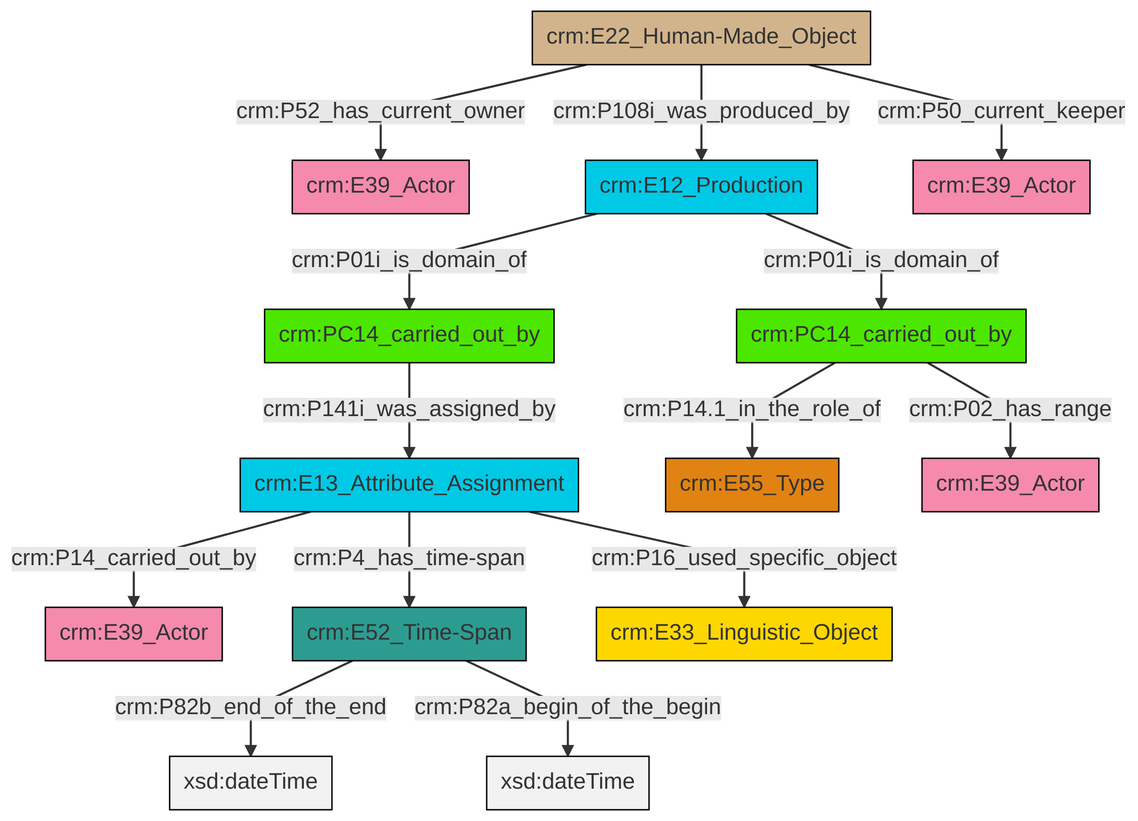
swiss-art-research-net/docs.swissartresearch keeps this Mermaid diagram as et/carrierCSV/ttl/mmd/png/carrier_relations.png. Above is the earlier version. Its source is kept beside it as et/carrierCSV/ttl/mmd/carrier_relations.ttl.mmd.
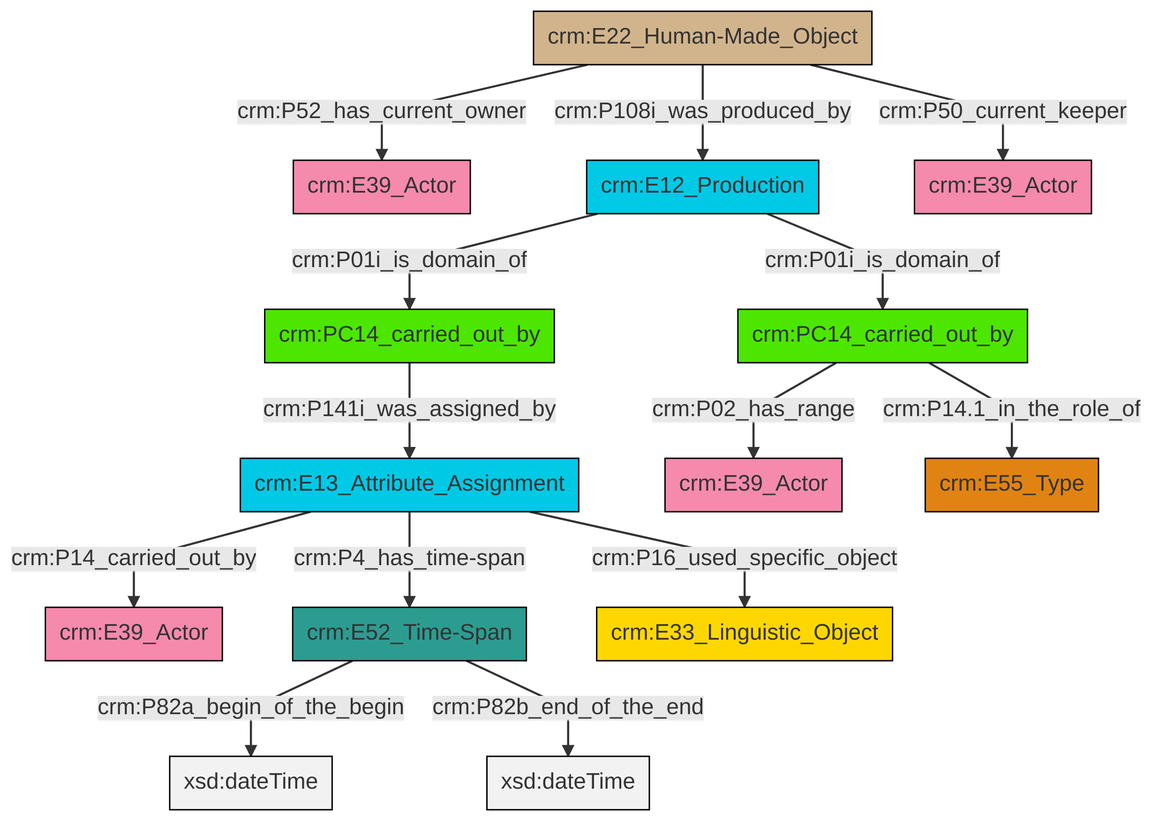
The same file after the commit.

The edit, as a diff of the source:
```diff
@@ -13,16 +13,16 @@
 classDef PC_Classes fill:#4ce600, stroke:#000000;
 classDef Multi fill:#cccccc,stroke:#000000;
 
-4["crm:PC14_carried_out_by"]:::PC_Classes -->|crm:P14.1_in_the_role_of| 8["crm:E55_Type"]:::Type
-13["crm:E13_Attribute_Assignment"]:::Temporal_Entity -->|crm:P14_carried_out_by| 2["crm:E39_Actor"]:::Actor
-6["crm:E22_Human-Made_Object"]:::Physical_Thing -->|crm:P52_has_current_owner| 14["crm:E39_Actor"]:::Actor
-16["crm:E52_Time-Span"]:::Time-Span -->|crm:P82b_end_of_the_end| 17[xsd:dateTime]:::Literal
-13["crm:E13_Attribute_Assignment"]:::Temporal_Entity -->|crm:P4_has_time-span| 16["crm:E52_Time-Span"]:::Time-Span
-13["crm:E13_Attribute_Assignment"]:::Temporal_Entity -->|crm:P16_used_specific_object| 18["crm:E33_Linguistic_Object"]:::Conceptual_Object
-11["crm:E12_Production"]:::Temporal_Entity -->|crm:P01i_is_domain_of| 9["crm:PC14_carried_out_by"]:::PC_Classes
-11["crm:E12_Production"]:::Temporal_Entity -->|crm:P01i_is_domain_of| 4["crm:PC14_carried_out_by"]:::PC_Classes
-16["crm:E52_Time-Span"]:::Time-Span -->|crm:P82a_begin_of_the_begin| 23[xsd:dateTime]:::Literal
-4["crm:PC14_carried_out_by"]:::PC_Classes -->|crm:P02_has_range| 20["crm:E39_Actor"]:::Actor
-9["crm:PC14_carried_out_by"]:::PC_Classes -->|crm:P141i_was_assigned_by| 13["crm:E13_Attribute_Assignment"]:::Temporal_Entity
-6["crm:E22_Human-Made_Object"]:::Physical_Thing -->|crm:P108i_was_produced_by| 11["crm:E12_Production"]:::Temporal_Entity
-6["crm:E22_Human-Made_Object"]:::Physical_Thing -->|crm:P50_current_keeper| 0["crm:E39_Actor"]:::Actor
+2["crm:PC14_carried_out_by"]:::PC_Classes -->|crm:P02_has_range| 3["crm:E39_Actor"]:::Actor
+0["crm:E22_Human-Made_Object"]:::Physical_Thing -->|crm:P52_has_current_owner| 4["crm:E39_Actor"]:::Actor
+5["crm:E52_Time-Span"]:::Time-Span -->|crm:P82a_begin_of_the_begin| 6[xsd:dateTime]:::Literal
+7["crm:PC14_carried_out_by"]:::PC_Classes -->|crm:P141i_was_assigned_by| 8["crm:E13_Attribute_Assignment"]:::Temporal_Entity
+5["crm:E52_Time-Span"]:::Time-Span -->|crm:P82b_end_of_the_end| 11[xsd:dateTime]:::Literal
+8["crm:E13_Attribute_Assignment"]:::Temporal_Entity -->|crm:P14_carried_out_by| 12["crm:E39_Actor"]:::Actor
+0["crm:E22_Human-Made_Object"]:::Physical_Thing -->|crm:P108i_was_produced_by| 13["crm:E12_Production"]:::Temporal_Entity
+2["crm:PC14_carried_out_by"]:::PC_Classes -->|crm:P14.1_in_the_role_of| 16["crm:E55_Type"]:::Type
+0["crm:E22_Human-Made_Object"]:::Physical_Thing -->|crm:P50_current_keeper| 18["crm:E39_Actor"]:::Actor
+13["crm:E12_Production"]:::Temporal_Entity -->|crm:P01i_is_domain_of| 7["crm:PC14_carried_out_by"]:::PC_Classes
+8["crm:E13_Attribute_Assignment"]:::Temporal_Entity -->|crm:P4_has_time-span| 5["crm:E52_Time-Span"]:::Time-Span
+13["crm:E12_Production"]:::Temporal_Entity -->|crm:P01i_is_domain_of| 2["crm:PC14_carried_out_by"]:::PC_Classes
+8["crm:E13_Attribute_Assignment"]:::Temporal_Entity -->|crm:P16_used_specific_object| 24["crm:E33_Linguistic_Object"]:::Conceptual_Object
```
